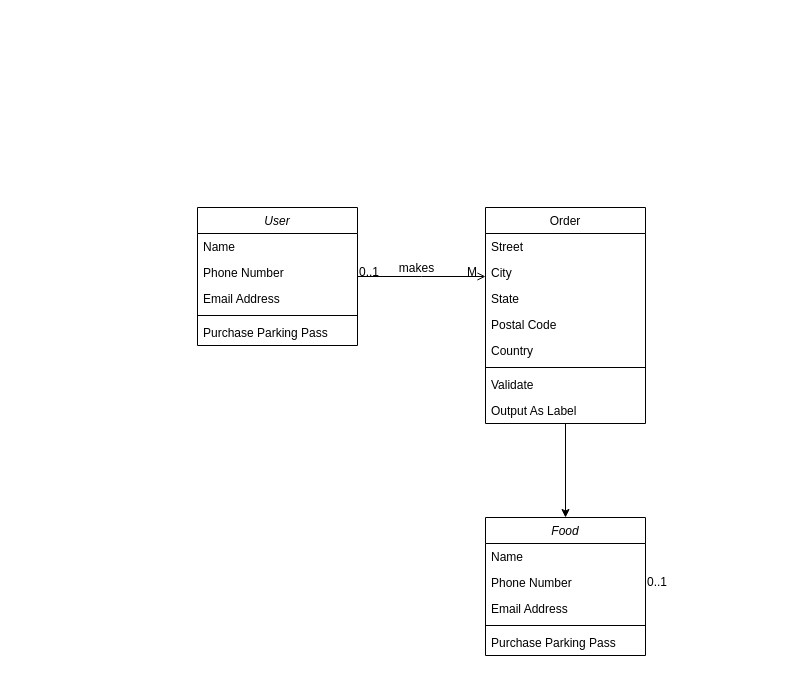
Earlier version of the draw.io diagram Assginment.drawio (a1dss/DSA_Assignment). Source tidied: cells renumbered, new cells numbered last; positions are measured from the earlier drawing's top-left corner, leaving out a move shared by most shapes. Both pictures are drawn from the tidied source at 100%, with x=0, y=0 at pixel (197, 207).
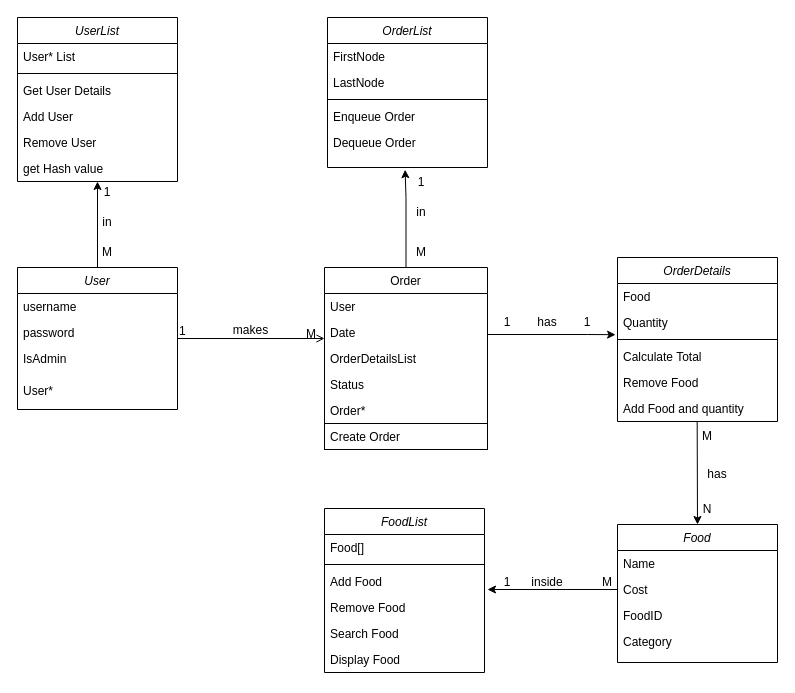
The same diagram, later.

The change refers to these unchanged cells:
```xml
<mxCell id="17" style="endArrow=open;shadow=0;strokeWidth=1;rounded=0;endFill=1;edgeStyle=elbowEdgeStyle;elbow=vertical;" parent="1" edge="1" source="2" target="8">
  <mxGeometry x="0.5" y="41" relative="1" as="geometry">
    <mxPoint x="-40" y="32" as="offset" />
  </mxGeometry>
</mxCell>
```

The edit, as a diff of the source:
```diff
@@
+    <mxCell id="29" style="edgeStyle=orthogonalEdgeStyle;rounded=0;jettySize=auto;html=1;entryX=0.5;entryY=1;entryDx=0;entryDy=0;" parent="1" edge="1" source="2" target="74">
+      <mxGeometry relative="1" as="geometry" />
+    </mxCell>
     <mxCell id="2" value="User" style="swimlane;fontStyle=2;align=center;verticalAlign=top;horizontal=1;startSize=26;rounded=0;shadow=0;strokeWidth=1;" parent="1" vertex="1">
-      <mxGeometry width="160" height="138" as="geometry" />
+      <mxGeometry x="-180" y="60" width="160" height="142" as="geometry" />
     </mxCell>
-    <mxCell id="3" value="Name" style="text;align=left;verticalAlign=top;spacingLeft=4;spacingRight=4;overflow=hidden;" parent="2" vertex="1">
+    <mxCell id="3" value="username" style="text;align=left;verticalAlign=top;spacingLeft=4;spacingRight=4;overflow=hidden;" parent="2" vertex="1">
       <mxGeometry y="26" width="160" height="26" as="geometry" />
     </mxCell>
-    <mxCell id="4" value="Phone Number" style="text;align=left;verticalAlign=top;spacingLeft=4;spacingRight=4;overflow=hidden;rounded=0;shadow=0;html=0;" parent="2" vertex="1">
+    <mxCell id="4" value="password" style="text;align=left;verticalAlign=top;spacingLeft=4;spacingRight=4;overflow=hidden;rounded=0;shadow=0;html=0;" parent="2" vertex="1">
       <mxGeometry y="52" width="160" height="26" as="geometry" />
     </mxCell>
-    <mxCell id="5" value="Email Address" style="text;align=left;verticalAlign=top;spacingLeft=4;spacingRight=4;overflow=hidden;rounded=0;shadow=0;html=0;" parent="2" vertex="1">
-      <mxGeometry y="78" width="160" height="26" as="geometry" />
+    <mxCell id="5" value="IsAdmin" style="text;align=left;verticalAlign=top;spacingLeft=4;spacingRight=4;overflow=hidden;rounded=0;shadow=0;html=0;" parent="2" vertex="1">
+      <mxGeometry y="78" width="160" height="32" as="geometry" />
     </mxCell>
-    <mxCell id="6" style="line;html=1;strokeWidth=1;align=left;verticalAlign=middle;spacingTop=-1;spacingLeft=3;spacingRight=3;labelPosition=right;" parent="2" vertex="1">
-      <mxGeometry y="104" width="160" height="8" as="geometry" />
-    </mxCell>
-    <mxCell id="7" value="Purchase Parking Pass" style="text;align=left;verticalAlign=top;spacingLeft=4;spacingRight=4;overflow=hidden;" parent="2" vertex="1">
-      <mxGeometry y="112" width="160" height="26" as="geometry" />
-    </mxCell>
+    <mxCell id="30" value="User*" style="text;align=left;verticalAlign=top;spacingLeft=4;spacingRight=4;overflow=hidden;rounded=0;shadow=0;html=0;" parent="2" vertex="1">
+      <mxGeometry y="110" width="160" height="32" as="geometry" />
+    </mxCell>
+    <mxCell id="31" style="edgeStyle=orthogonalEdgeStyle;rounded=0;jettySize=auto;html=1;entryX=0.485;entryY=1.085;entryDx=0;entryDy=0;entryPerimeter=0;" parent="1" edge="1" source="8">
+      <mxGeometry relative="1" as="geometry">
+        <mxPoint x="207.6" y="-37.8" as="targetPoint" />
+        <Array as="points">
+          <mxPoint x="208" y="-10" />
+          <mxPoint x="208" y="-10" />
+        </Array>
+      </mxGeometry>
+    </mxCell>
     <mxCell id="8" value="Order" style="swimlane;fontStyle=0;align=center;verticalAlign=top;horizontal=1;startSize=26;rounded=0;shadow=0;strokeWidth=1;" parent="1" vertex="1">
-      <mxGeometry x="288" width="160" height="216" as="geometry" />
+      <mxGeometry x="127" y="60" width="163" height="182" as="geometry" />
     </mxCell>
-    <mxCell id="9" value="Street" style="text;align=left;verticalAlign=top;spacingLeft=4;spacingRight=4;overflow=hidden;" parent="8" vertex="1">
-      <mxGeometry y="26" width="160" height="26" as="geometry" />
+    <mxCell id="9" value="User" style="text;align=left;verticalAlign=top;spacingLeft=4;spacingRight=4;overflow=hidden;" parent="8" vertex="1">
+      <mxGeometry y="26" width="163" height="26" as="geometry" />
     </mxCell>
-    <mxCell id="10" value="City" style="text;align=left;verticalAlign=top;spacingLeft=4;spacingRight=4;overflow=hidden;rounded=0;shadow=0;html=0;" parent="8" vertex="1">
-      <mxGeometry y="52" width="160" height="26" as="geometry" />
+    <mxCell id="10" value="Date" style="text;align=left;verticalAlign=top;spacingLeft=4;spacingRight=4;overflow=hidden;rounded=0;shadow=0;html=0;" parent="8" vertex="1">
+      <mxGeometry y="52" width="163" height="26" as="geometry" />
     </mxCell>
+    <mxCell id="32" value="OrderDetailsList" style="text;align=left;verticalAlign=top;spacingLeft=4;spacingRight=4;overflow=hidden;rounded=0;shadow=0;html=0;" parent="8" vertex="1">
+      <mxGeometry y="78" width="163" height="26" as="geometry" />
+    </mxCell>
-    <mxCell id="11" value="State" style="text;align=left;verticalAlign=top;spacingLeft=4;spacingRight=4;overflow=hidden;points=[[0,0.5],[1,0.5]];portConstraint=eastwest;rounded=0;shadow=0;html=0;" parent="8" vertex="1">
-      <mxGeometry y="78" width="160" height="26" as="geometry" />
+    <mxCell id="11" value="Status" style="text;align=left;verticalAlign=top;spacingLeft=4;spacingRight=4;overflow=hidden;points=[[0,0.5],[1,0.5]];portConstraint=eastwest;rounded=0;shadow=0;html=0;" parent="8" vertex="1">
+      <mxGeometry y="104" width="163" height="26" as="geometry" />
     </mxCell>
-    <mxCell id="12" value="Postal Code" style="text;align=left;verticalAlign=top;spacingLeft=4;spacingRight=4;overflow=hidden;rounded=0;shadow=0;html=0;" parent="8" vertex="1">
-      <mxGeometry y="104" width="160" height="26" as="geometry" />
-    </mxCell>
-    <mxCell id="13" value="Country" style="text;align=left;verticalAlign=top;spacingLeft=4;spacingRight=4;overflow=hidden;rounded=0;shadow=0;html=0;" parent="8" vertex="1">
-      <mxGeometry y="130" width="160" height="26" as="geometry" />
-    </mxCell>
-    <mxCell id="14" style="line;html=1;strokeWidth=1;align=left;verticalAlign=middle;spacingTop=-1;spacingLeft=3;spacingRight=3;labelPosition=right;" parent="8" vertex="1">
-      <mxGeometry y="156" width="160" height="8" as="geometry" />
-    </mxCell>
-    <mxCell id="15" value="Validate" style="text;align=left;verticalAlign=top;spacingLeft=4;spacingRight=4;overflow=hidden;" parent="8" vertex="1">
-      <mxGeometry y="164" width="160" height="26" as="geometry" />
-    </mxCell>
-    <mxCell id="16" value="Output As Label" style="text;align=left;verticalAlign=top;spacingLeft=4;spacingRight=4;overflow=hidden;points=[[0,0.5],[1,0.5]];portConstraint=eastwest;" parent="8" vertex="1">
-      <mxGeometry y="190" width="160" height="26" as="geometry" />
-    </mxCell>
+    <mxCell id="33" value="Order*" style="text;align=left;verticalAlign=top;spacingLeft=4;spacingRight=4;overflow=hidden;rounded=0;shadow=0;html=0;" parent="8" vertex="1">
+      <mxGeometry y="130" width="163" height="26" as="geometry" />
+    </mxCell>
+    <mxCell id="34" value="Create Order" style="text;align=left;verticalAlign=top;spacingLeft=4;spacingRight=4;overflow=hidden;rounded=0;shadow=0;html=0;perimeterSpacing=1;strokeWidth=1;strokeColor=default;" parent="8" vertex="1">
+      <mxGeometry y="156" width="163" height="26" as="geometry" />
+    </mxCell>
@@
-    <mxCell id="18" value="0..1" style="align=left;verticalAlign=bottom;labelBackgroundColor=none;fontSize=12;" parent="17" vertex="1">
+    <mxCell id="18" value="1" style="align=left;verticalAlign=bottom;labelBackgroundColor=none;fontSize=12;" parent="17" vertex="1">
       <mxGeometry x="-1" relative="1" as="geometry">
-        <mxPoint y="4" as="offset" />
+        <mxPoint y="1" as="offset" />
       </mxGeometry>
     </mxCell>
@@
-    <mxCell id="21" style="endArrow=classic;html=1;rounded=0;" parent="1" edge="1" source="16">
-      <mxGeometry relative="1" as="geometry">
-        <mxPoint x="368" y="310" as="targetPoint" />
-      </mxGeometry>
-    </mxCell>
     <mxCell id="22" value="Food" style="swimlane;fontStyle=2;align=center;verticalAlign=top;horizontal=1;startSize=26;rounded=0;shadow=0;strokeWidth=1;" parent="1" vertex="1">
-      <mxGeometry x="288" y="310" width="160" height="138" as="geometry" />
+      <mxGeometry x="420" y="317" width="160" height="138" as="geometry" />
     </mxCell>
@@
-    <mxCell id="24" value="Phone Number" style="text;align=left;verticalAlign=top;spacingLeft=4;spacingRight=4;overflow=hidden;points=[[0,0.5],[1,0.5]];portConstraint=eastwest;rounded=0;shadow=0;html=0;" parent="22" vertex="1">
+    <mxCell id="24" value="Cost" style="text;align=left;verticalAlign=top;spacingLeft=4;spacingRight=4;overflow=hidden;points=[[0,0.5],[1,0.5]];portConstraint=eastwest;rounded=0;shadow=0;html=0;" parent="22" vertex="1">
       <mxGeometry y="52" width="160" height="26" as="geometry" />
     </mxCell>
-    <mxCell id="25" value="Email Address" style="text;align=left;verticalAlign=top;spacingLeft=4;spacingRight=4;overflow=hidden;rounded=0;shadow=0;html=0;" parent="22" vertex="1">
+    <mxCell id="25" value="FoodID" style="text;align=left;verticalAlign=top;spacingLeft=4;spacingRight=4;overflow=hidden;rounded=0;shadow=0;html=0;" parent="22" vertex="1">
       <mxGeometry y="78" width="160" height="26" as="geometry" />
     </mxCell>
-    <mxCell id="26" style="line;html=1;strokeWidth=1;align=left;verticalAlign=middle;spacingTop=-1;spacingLeft=3;spacingRight=3;labelPosition=right;" parent="22" vertex="1">
-      <mxGeometry y="104" width="160" height="8" as="geometry" />
-    </mxCell>
-    <mxCell id="27" value="Purchase Parking Pass" style="text;align=left;verticalAlign=top;spacingLeft=4;spacingRight=4;overflow=hidden;" parent="22" vertex="1">
-      <mxGeometry y="112" width="160" height="26" as="geometry" />
-    </mxCell>
-    <mxCell id="28" value="0..1" style="align=left;verticalAlign=bottom;labelBackgroundColor=none;fontSize=12;" parent="1" vertex="1">
-      <mxGeometry x="448" y="383" as="geometry" />
-    </mxCell>
+    <mxCell id="35" value="Category" style="text;align=left;verticalAlign=top;spacingLeft=4;spacingRight=4;overflow=hidden;rounded=0;shadow=0;html=0;" parent="22" vertex="1">
+      <mxGeometry y="104" width="160" height="26" as="geometry" />
+    </mxCell>
+    <mxCell id="36" value="FoodList" style="swimlane;fontStyle=2;align=center;verticalAlign=top;horizontal=1;startSize=26;rounded=0;shadow=0;strokeWidth=1;" parent="1" vertex="1">
+      <mxGeometry x="127" y="301" width="160" height="164" as="geometry" />
+    </mxCell>
+    <mxCell id="37" value="Food[]" style="text;align=left;verticalAlign=top;spacingLeft=4;spacingRight=4;overflow=hidden;" parent="36" vertex="1">
+      <mxGeometry y="26" width="160" height="26" as="geometry" />
+    </mxCell>
+    <mxCell id="38" style="line;html=1;strokeWidth=1;align=left;verticalAlign=middle;spacingTop=-1;spacingLeft=3;spacingRight=3;labelPosition=right;" parent="36" vertex="1">
+      <mxGeometry y="52" width="160" height="8" as="geometry" />
+    </mxCell>
+    <mxCell id="39" value="Add Food" style="text;align=left;verticalAlign=top;spacingLeft=4;spacingRight=4;overflow=hidden;" parent="36" vertex="1">
+      <mxGeometry y="60" width="160" height="26" as="geometry" />
+    </mxCell>
+    <mxCell id="40" value="Remove Food" style="text;align=left;verticalAlign=top;spacingLeft=4;spacingRight=4;overflow=hidden;" parent="36" vertex="1">
+      <mxGeometry y="86" width="160" height="26" as="geometry" />
+    </mxCell>
+    <mxCell id="41" value="Search Food" style="text;align=left;verticalAlign=top;spacingLeft=4;spacingRight=4;overflow=hidden;" parent="36" vertex="1">
+      <mxGeometry y="112" width="160" height="26" as="geometry" />
+    </mxCell>
+    <mxCell id="42" value="Display Food" style="text;align=left;verticalAlign=top;spacingLeft=4;spacingRight=4;overflow=hidden;" parent="36" vertex="1">
+      <mxGeometry y="138" width="160" height="26" as="geometry" />
+    </mxCell>
+    <mxCell id="43" value="OrderDetails" style="swimlane;fontStyle=2;align=center;verticalAlign=top;horizontal=1;startSize=26;rounded=0;shadow=0;strokeWidth=1;" parent="1" vertex="1">
+      <mxGeometry x="420" y="50" width="160" height="164" as="geometry" />
+    </mxCell>
+    <mxCell id="44" value="Food" style="text;align=left;verticalAlign=top;spacingLeft=4;spacingRight=4;overflow=hidden;" parent="43" vertex="1">
+      <mxGeometry y="26" width="160" height="26" as="geometry" />
+    </mxCell>
+    <mxCell id="45" value="Quantity" style="text;align=left;verticalAlign=top;spacingLeft=4;spacingRight=4;overflow=hidden;points=[[0,0.5],[1,0.5]];portConstraint=eastwest;" parent="43" vertex="1">
+      <mxGeometry y="52" width="160" height="26" as="geometry" />
+    </mxCell>
+    <mxCell id="46" style="line;html=1;strokeWidth=1;align=left;verticalAlign=middle;spacingTop=-1;spacingLeft=3;spacingRight=3;labelPosition=right;" parent="43" vertex="1">
+      <mxGeometry y="78" width="160" height="8" as="geometry" />
+    </mxCell>
+    <mxCell id="47" value="Calculate Total" style="text;align=left;verticalAlign=top;spacingLeft=4;spacingRight=4;overflow=hidden;" parent="43" vertex="1">
+      <mxGeometry y="86" width="160" height="26" as="geometry" />
+    </mxCell>
+    <mxCell id="48" value="Remove Food" style="text;align=left;verticalAlign=top;spacingLeft=4;spacingRight=4;overflow=hidden;" parent="43" vertex="1">
+      <mxGeometry y="112" width="160" height="26" as="geometry" />
+    </mxCell>
+    <mxCell id="49" value="Add Food and quantity" style="text;align=left;verticalAlign=top;spacingLeft=4;spacingRight=4;overflow=hidden;points=[[0,0.5],[1,0.5]];portConstraint=eastwest;" parent="43" vertex="1">
+      <mxGeometry y="138" width="160" height="26" as="geometry" />
+    </mxCell>
+    <mxCell id="50" style="edgeStyle=orthogonalEdgeStyle;rounded=0;jettySize=auto;html=1;exitX=1;exitY=0.5;exitDx=0;exitDy=0;entryX=-0.012;entryY=0.969;entryDx=0;entryDy=0;entryPerimeter=0;" parent="1" edge="1" source="11" target="45">
+      <mxGeometry relative="1" as="geometry">
+        <Array as="points">
+          <mxPoint x="390" y="127" />
+          <mxPoint x="390" y="127" />
+        </Array>
+      </mxGeometry>
+    </mxCell>
+    <mxCell id="51" value="M" style="text;html=1;strokeColor=none;fillColor=none;align=center;verticalAlign=middle;whiteSpace=wrap;rounded=0;" parent="1" vertex="1">
+      <mxGeometry x="480" y="214" width="60" height="30" as="geometry" />
+    </mxCell>
+    <mxCell id="52" style="edgeStyle=orthogonalEdgeStyle;rounded=0;jettySize=auto;html=1;exitX=0;exitY=0.5;exitDx=0;exitDy=0;" parent="1" edge="1" source="24">
+      <mxGeometry relative="1" as="geometry">
+        <mxPoint x="290" y="382" as="targetPoint" />
+      </mxGeometry>
+    </mxCell>
+    <mxCell id="53" value="M" style="text;html=1;strokeColor=none;fillColor=none;align=center;verticalAlign=middle;whiteSpace=wrap;rounded=0;" parent="1" vertex="1">
+      <mxGeometry x="380" y="360" width="60" height="30" as="geometry" />
+    </mxCell>
+    <mxCell id="54" value="has" style="text;html=1;strokeColor=none;fillColor=none;align=center;verticalAlign=middle;whiteSpace=wrap;rounded=0;" parent="1" vertex="1">
+      <mxGeometry x="490" y="252" width="60" height="30" as="geometry" />
+    </mxCell>
+    <mxCell id="55" style="endArrow=classic;html=1;rounded=0;exitX=0.498;exitY=0.985;exitDx=0;exitDy=0;exitPerimeter=0;entryX=0.5;entryY=0;entryDx=0;entryDy=0;" parent="1" edge="1" source="49" target="22">
+      <mxGeometry relative="1" as="geometry" />
+    </mxCell>
+    <mxCell id="56" value="N" style="text;html=1;strokeColor=none;fillColor=none;align=center;verticalAlign=middle;whiteSpace=wrap;rounded=0;" parent="1" vertex="1">
+      <mxGeometry x="480" y="287" width="60" height="30" as="geometry" />
+    </mxCell>
+    <mxCell id="57" value="has" style="text;html=1;strokeColor=none;fillColor=none;align=center;verticalAlign=middle;whiteSpace=wrap;rounded=0;" parent="1" vertex="1">
+      <mxGeometry x="320" y="100" width="60" height="30" as="geometry" />
+    </mxCell>
+    <mxCell id="58" value="1" style="text;html=1;strokeColor=none;fillColor=none;align=center;verticalAlign=middle;whiteSpace=wrap;rounded=0;" parent="1" vertex="1">
+      <mxGeometry x="280" y="100" width="60" height="30" as="geometry" />
+    </mxCell>
+    <mxCell id="59" value="1" style="text;html=1;strokeColor=none;fillColor=none;align=center;verticalAlign=middle;whiteSpace=wrap;rounded=0;" parent="1" vertex="1">
+      <mxGeometry x="360" y="100" width="60" height="30" as="geometry" />
+    </mxCell>
+    <mxCell id="60" value="1" style="text;html=1;strokeColor=none;fillColor=none;align=center;verticalAlign=middle;whiteSpace=wrap;rounded=0;" parent="1" vertex="1">
+      <mxGeometry x="280" y="360" width="60" height="30" as="geometry" />
+    </mxCell>
+    <mxCell id="61" value="inside" style="text;html=1;strokeColor=none;fillColor=none;align=center;verticalAlign=middle;whiteSpace=wrap;rounded=0;" parent="1" vertex="1">
+      <mxGeometry x="320" y="360" width="60" height="30" as="geometry" />
+    </mxCell>
+    <mxCell id="62" value="OrderList" style="swimlane;fontStyle=2;align=center;verticalAlign=top;horizontal=1;startSize=26;rounded=0;shadow=0;strokeWidth=1;" parent="1" vertex="1">
+      <mxGeometry x="130" y="-190" width="160" height="150" as="geometry" />
+    </mxCell>
+    <mxCell id="63" value="FirstNode" style="text;align=left;verticalAlign=top;spacingLeft=4;spacingRight=4;overflow=hidden;" parent="62" vertex="1">
+      <mxGeometry y="26" width="160" height="26" as="geometry" />
+    </mxCell>
+    <mxCell id="64" value="LastNode" style="text;align=left;verticalAlign=top;spacingLeft=4;spacingRight=4;overflow=hidden;" parent="62" vertex="1">
+      <mxGeometry y="52" width="160" height="26" as="geometry" />
+    </mxCell>
+    <mxCell id="65" style="line;html=1;strokeWidth=1;align=left;verticalAlign=middle;spacingTop=-1;spacingLeft=3;spacingRight=3;labelPosition=right;" parent="62" vertex="1">
+      <mxGeometry y="78" width="160" height="8" as="geometry" />
+    </mxCell>
+    <mxCell id="66" value="Enqueue Order" style="text;align=left;verticalAlign=top;spacingLeft=4;spacingRight=4;overflow=hidden;" parent="62" vertex="1">
+      <mxGeometry y="86" width="160" height="26" as="geometry" />
+    </mxCell>
+    <mxCell id="67" value="Dequeue Order" style="text;align=left;verticalAlign=top;spacingLeft=4;spacingRight=4;overflow=hidden;" parent="62" vertex="1">
+      <mxGeometry y="112" width="160" height="26" as="geometry" />
+    </mxCell>
+    <mxCell id="68" value="M" style="text;html=1;strokeColor=none;fillColor=none;align=center;verticalAlign=middle;whiteSpace=wrap;rounded=0;" parent="1" vertex="1">
+      <mxGeometry x="194" y="30" width="60" height="30" as="geometry" />
+    </mxCell>
+    <mxCell id="69" value="1" style="text;html=1;strokeColor=none;fillColor=none;align=center;verticalAlign=middle;whiteSpace=wrap;rounded=0;" parent="1" vertex="1">
+      <mxGeometry x="194" y="-40" width="60" height="30" as="geometry" />
+    </mxCell>
+    <mxCell id="70" value="in" style="text;html=1;strokeColor=none;fillColor=none;align=center;verticalAlign=middle;whiteSpace=wrap;rounded=0;" parent="1" vertex="1">
+      <mxGeometry x="194" y="-10" width="60" height="30" as="geometry" />
+    </mxCell>
+    <mxCell id="71" value="M" style="text;html=1;strokeColor=none;fillColor=none;align=center;verticalAlign=middle;whiteSpace=wrap;rounded=0;" parent="1" vertex="1">
+      <mxGeometry x="-120" y="30" width="60" height="30" as="geometry" />
+    </mxCell>
+    <mxCell id="72" value="1" style="text;html=1;strokeColor=none;fillColor=none;align=center;verticalAlign=middle;whiteSpace=wrap;rounded=0;" parent="1" vertex="1">
+      <mxGeometry x="-120" y="-30" width="60" height="30" as="geometry" />
+    </mxCell>
+    <mxCell id="73" value="in" style="text;html=1;strokeColor=none;fillColor=none;align=center;verticalAlign=middle;whiteSpace=wrap;rounded=0;" parent="1" vertex="1">
+      <mxGeometry x="-120" width="60" height="30" as="geometry" />
+    </mxCell>
+    <mxCell id="74" value="UserList" style="swimlane;fontStyle=2;align=center;verticalAlign=top;horizontal=1;startSize=26;rounded=0;shadow=0;strokeWidth=1;" parent="1" vertex="1">
+      <mxGeometry x="-180" y="-190" width="160" height="164" as="geometry" />
+    </mxCell>
+    <mxCell id="75" value="User* List" style="text;align=left;verticalAlign=top;spacingLeft=4;spacingRight=4;overflow=hidden;" parent="74" vertex="1">
+      <mxGeometry y="26" width="160" height="26" as="geometry" />
+    </mxCell>
+    <mxCell id="76" style="line;html=1;strokeWidth=1;align=left;verticalAlign=middle;spacingTop=-1;spacingLeft=3;spacingRight=3;labelPosition=right;" parent="74" vertex="1">
+      <mxGeometry y="52" width="160" height="8" as="geometry" />
+    </mxCell>
+    <mxCell id="77" value="Get User Details" style="text;align=left;verticalAlign=top;spacingLeft=4;spacingRight=4;overflow=hidden;" parent="74" vertex="1">
+      <mxGeometry y="60" width="160" height="26" as="geometry" />
+    </mxCell>
+    <mxCell id="78" value="Add User" style="text;align=left;verticalAlign=top;spacingLeft=4;spacingRight=4;overflow=hidden;" parent="74" vertex="1">
+      <mxGeometry y="86" width="160" height="26" as="geometry" />
+    </mxCell>
+    <mxCell id="79" value="Remove User" style="text;align=left;verticalAlign=top;spacingLeft=4;spacingRight=4;overflow=hidden;" parent="74" vertex="1">
+      <mxGeometry y="112" width="160" height="26" as="geometry" />
+    </mxCell>
+    <mxCell id="80" value="get Hash value" style="text;align=left;verticalAlign=top;spacingLeft=4;spacingRight=4;overflow=hidden;" parent="74" vertex="1">
+      <mxGeometry y="138" width="160" height="26" as="geometry" />
+    </mxCell>
```
